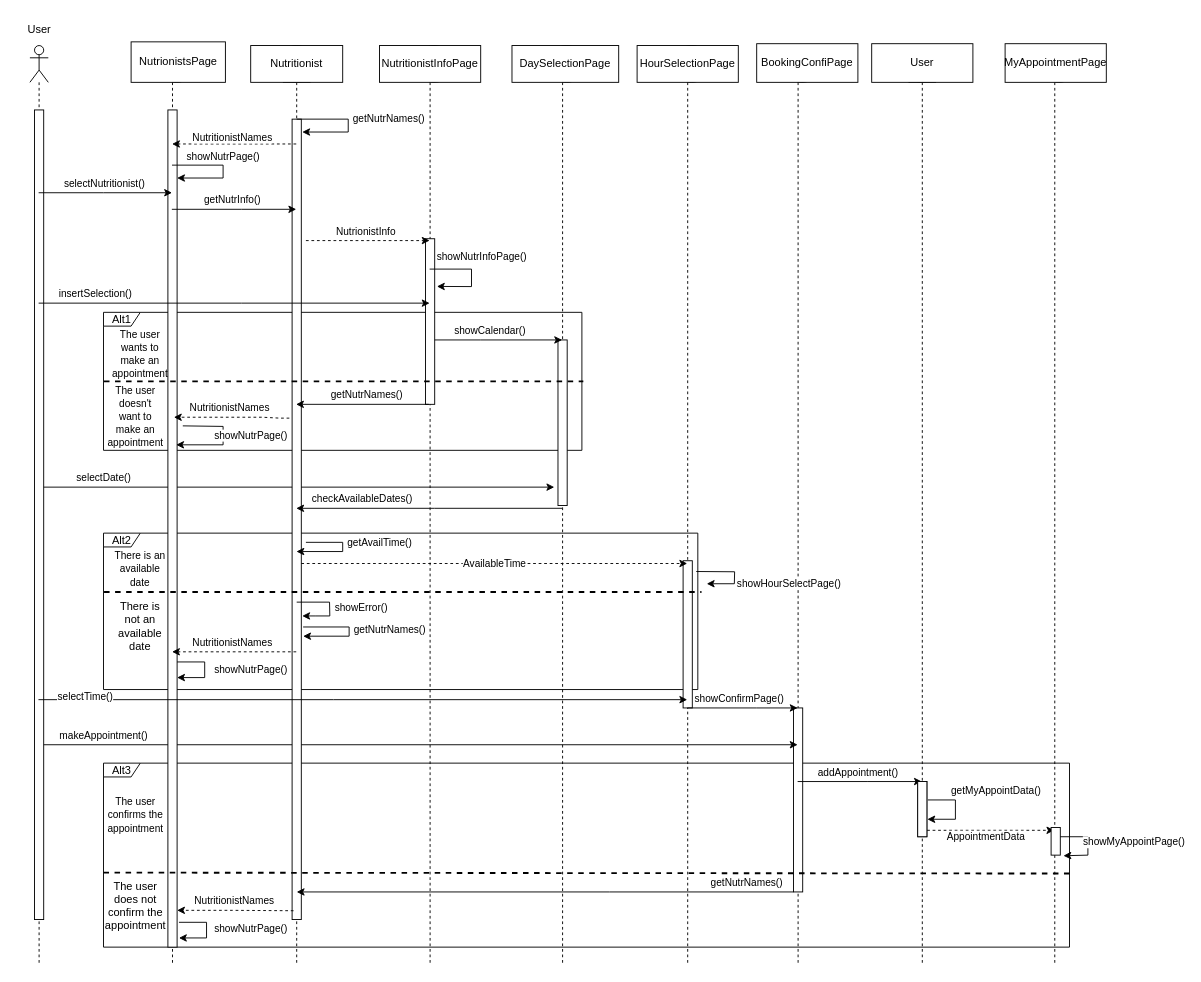
Dionkaps/Eu-Zin keeps this draw.io diagram as ΤΕΛΙΚΟ ΠΑΡΑΔΟΤΕΟ/Sequence-diagrams-v1.0/sd_ραντεβου_με_διατροφολογο.drawio. Above is the earlier version. Source tidied: cells renumbered, new cells numbered last; positions are measured from the earlier drawing's top-left corner, leaving out a move shared by most shapes. Both pictures are drawn from the tidied source at 92%, with x=0, y=0 at pixel (16, 16).
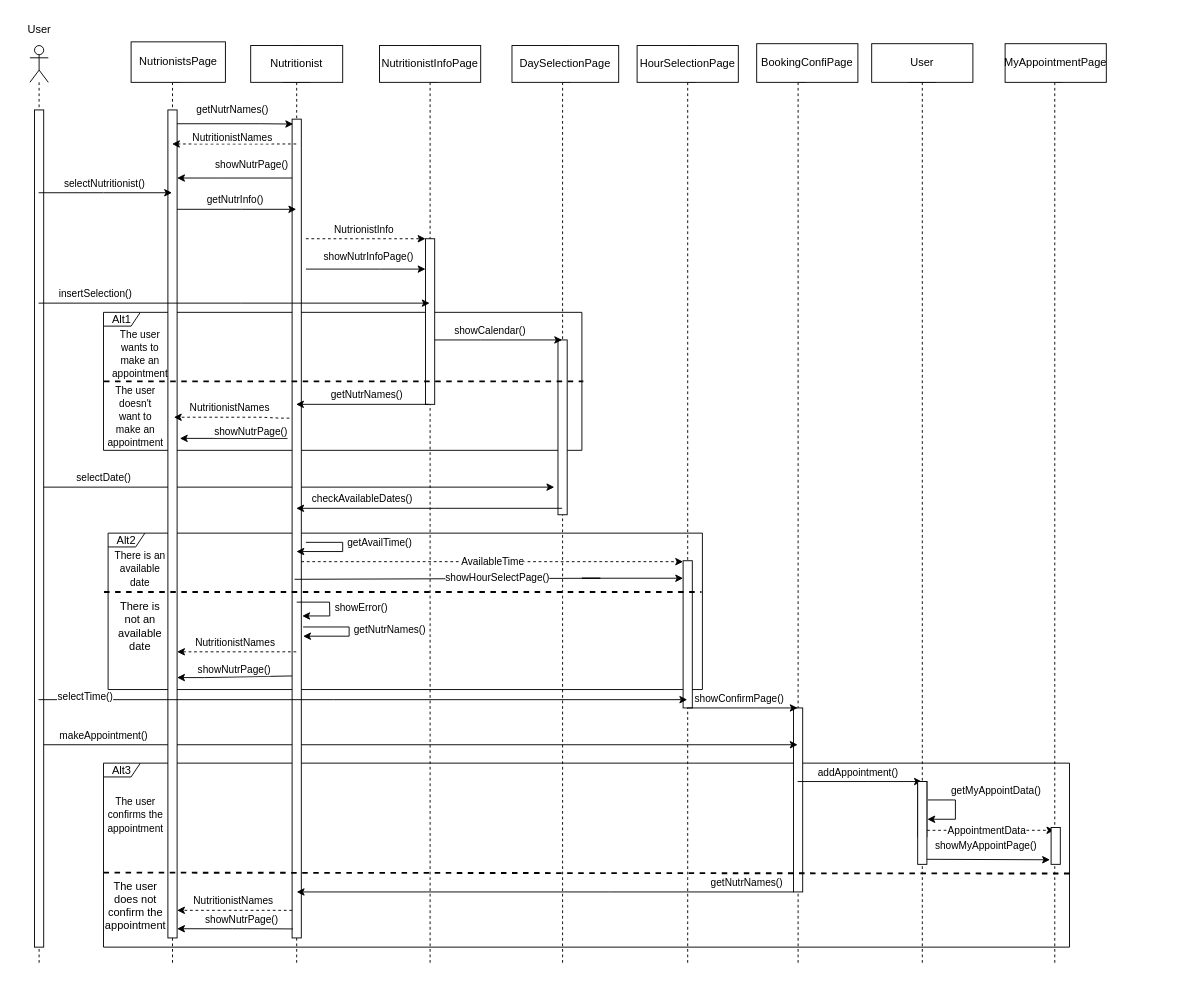
Above is the later version.

The change refers to these unchanged cells:
```xml
<mxCell id="9" style="shape=umlLifeline;participant=umlActor;perimeter=lifelinePerimeter;whiteSpace=wrap;html=1;verticalAlign=top;spacingTop=36;outlineConnect=0;" parent="1" vertex="1">
  <mxGeometry x="15" y="32" width="20" height="1000" as="geometry" />
</mxCell>
<mxCell id="13" style="shape=umlLifeline;participant=umlBoundary;perimeter=lifelinePerimeter;whiteSpace=wrap;html=1;verticalAlign=top;spacingTop=36;outlineConnect=0;" parent="1" vertex="1">
  <mxGeometry x="145" y="32" width="50" height="1000" as="geometry" />
</mxCell>
<mxCell id="18" style="shape=umlLifeline;participant=umlEntity;perimeter=lifelinePerimeter;whiteSpace=wrap;html=1;verticalAlign=top;spacingTop=36;outlineConnect=0;" parent="1" vertex="1">
  <mxGeometry x="285" y="32" width="40" height="1000" as="geometry" />
</mxCell>
<mxCell id="22" style="shape=umlLifeline;participant=umlBoundary;perimeter=lifelinePerimeter;whiteSpace=wrap;html=1;verticalAlign=top;spacingTop=36;outlineConnect=0;" parent="1" vertex="1">
  <mxGeometry x="425" y="32" width="50" height="1000" as="geometry" />
</mxCell>
<mxCell id="23" style="html=1;points=[];perimeter=orthogonalPerimeter;fontSize=11;" parent="22" vertex="1">
  <mxGeometry x="20" y="210" width="10" height="180" as="geometry" />
</mxCell>
<mxCell id="29" style="shape=umlLifeline;participant=umlBoundary;perimeter=lifelinePerimeter;whiteSpace=wrap;html=1;verticalAlign=top;spacingTop=36;outlineConnect=0;" parent="1" vertex="1">
  <mxGeometry x="569" y="32" width="50" height="1000" as="geometry" />
</mxCell>
<mxCell id="31" style="shape=umlLifeline;participant=umlBoundary;perimeter=lifelinePerimeter;whiteSpace=wrap;html=1;verticalAlign=top;spacingTop=36;outlineConnect=0;" parent="1" vertex="1">
  <mxGeometry x="1104" y="32" width="50" height="1000" as="geometry" />
</mxCell>
```

What changed in the source:
```diff
@@
     <mxCell id="7" value="Alt2" style="shape=umlFrame;whiteSpace=wrap;html=1;width=40;height=15;" parent="1" vertex="1">
-      <mxGeometry x="95" y="562" width="646" height="170" as="geometry" />
+      <mxGeometry x="100" y="562" width="646" height="170" as="geometry" />
     </mxCell>
@@
     <mxCell id="12" style="html=1;perimeter=orthogonalPerimeter;fontSize=11;" parent="9" vertex="1">
-      <mxGeometry x="5" y="70" width="10" height="880" as="geometry" />
+      <mxGeometry x="5" y="70" width="10" height="910" as="geometry" />
     </mxCell>
@@
     <mxCell id="14" style="html=1;points=[];perimeter=orthogonalPerimeter;fontSize=11;" parent="13" vertex="1">
-      <mxGeometry x="20" y="70" width="10" height="910" as="geometry" />
+      <mxGeometry x="20" y="70" width="10" height="900" as="geometry" />
     </mxCell>
-    <mxCell id="15" value="showNutrPage()" style="endArrow=classic;html=1;rounded=0;" parent="13" edge="1" source="13">
-      <mxGeometry x="-0.07" y="-10" relative="1" as="geometry">
+    <mxCell id="15" value="showNutrPage()" style="endArrow=classic;html=1;rounded=0;" parent="13" edge="1" source="18">
+      <mxGeometry x="-0.24" y="-14" relative="1" as="geometry">
         <mxPoint x="30" y="144" as="targetPoint" />
         <Array as="points">
-          <mxPoint x="80" y="130" />
           <mxPoint x="80" y="144" />
         </Array>
-        <mxPoint x="10" y="-10" as="offset" />
       </mxGeometry>
     </mxCell>
-    <mxCell id="16" value="showNutrPage()" style="endArrow=classic;html=1;rounded=0;" parent="13" edge="1">
-      <mxGeometry x="-0.01" y="50" relative="1" as="geometry">
-        <mxPoint x="30" y="670" as="sourcePoint" />
+    <mxCell id="16" value="showNutrPage()" style="endArrow=classic;html=1;rounded=0;exitX=0.062;exitY=0.68;exitDx=0;exitDy=0;exitPerimeter=0;" parent="13" edge="1" source="19">
+      <mxGeometry y="-7" relative="1" as="geometry">
         <mxPoint x="30" y="687" as="targetPoint" />
         <Array as="points">
-          <mxPoint x="60" y="670" />
           <mxPoint x="60" y="687" />
         </Array>
       </mxGeometry>
     </mxCell>
-    <mxCell id="17" value="showNutrPage()" style="endArrow=classic;html=1;rounded=0;exitX=1.619;exitY=0.373;exitDx=0;exitDy=0;exitPerimeter=0;" parent="13" edge="1">
-      <mxGeometry x="-0.06" y="30" relative="1" as="geometry">
-        <mxPoint x="36.2" y="413.4" as="sourcePoint" />
-        <mxPoint x="29" y="434" as="targetPoint" />
-        <Array as="points">
-          <mxPoint x="80" y="414" />
-          <mxPoint x="80" y="434" />
-        </Array>
+    <mxCell id="17" value="showNutrPage()" style="endArrow=classic;html=1;rounded=0;" parent="13" edge="1">
+      <mxGeometry x="-0.32" y="-7" relative="1" as="geometry">
+        <mxPoint x="150" y="427" as="sourcePoint" />
+        <mxPoint x="33" y="427" as="targetPoint" />
       </mxGeometry>
     </mxCell>
@@
     <mxCell id="19" style="html=1;points=[];perimeter=orthogonalPerimeter;fontSize=11;" parent="18" vertex="1">
-      <mxGeometry x="15" y="80" width="10" height="870" as="geometry" />
+      <mxGeometry x="15" y="80" width="10" height="890" as="geometry" />
     </mxCell>
@@
-    <mxCell id="24" value="showNutrInfoPage()" style="endArrow=classic;html=1;rounded=0;entryX=1.24;entryY=0.288;entryDx=0;entryDy=0;entryPerimeter=0;" parent="22" edge="1" target="23">
-      <mxGeometry x="-0.12" y="16" relative="1" as="geometry">
-        <mxPoint x="24.5" y="243" as="sourcePoint" />
-        <Array as="points">
-          <mxPoint x="70" y="243" />
-          <mxPoint x="70" y="262" />
-        </Array>
-        <mxPoint x="11" y="3" as="offset" />
-      </mxGeometry>
-    </mxCell>
@@
     <mxCell id="27" value="getNutrInfo()" style="endArrow=classic;html=1;rounded=0;" parent="1" edge="1">
       <mxGeometry x="-0.03" y="10" relative="1" as="geometry">
-        <mxPoint x="169.3" y="210" as="sourcePoint" />
+        <mxPoint x="175" y="210" as="sourcePoint" />
         <mxPoint x="304.5" y="210" as="targetPoint" />
         <Array as="points">
           <mxPoint x="245" y="210" />
         </Array>
       </mxGeometry>
     </mxCell>
@@
     <mxCell id="30" style="html=1;perimeter=orthogonalPerimeter;fontSize=11;" parent="29" vertex="1">
-      <mxGeometry x="20" y="320" width="10" height="180" as="geometry" />
+      <mxGeometry x="20" y="320" width="10" height="190" as="geometry" />
     </mxCell>
@@
     <mxCell id="39" value="NutritionistNames" style="endArrow=classic;html=1;rounded=0;strokeWidth=1;fontSize=11;dashed=1;" parent="1" edge="1">
       <mxGeometry x="0.03" y="-10" relative="1" as="geometry">
         <mxPoint x="304.5" y="691" as="sourcePoint" />
-        <mxPoint x="169.5" y="691" as="targetPoint" />
+        <mxPoint x="175" y="691" as="targetPoint" />
         <Array as="points">
           <mxPoint x="225" y="691" />
         </Array>
       </mxGeometry>
     </mxCell>
@@
     <mxCell id="48" value="AppointmentData" style="endArrow=classic;html=1;rounded=0;strokeWidth=1;fontSize=11;dashed=1;" parent="1" edge="1">
-      <mxGeometry x="-0.02" y="-7" relative="1" as="geometry">
+      <mxGeometry x="-0.02" relative="1" as="geometry">
         <mxPoint x="984.2" y="885" as="sourcePoint" />
         <mxPoint x="1128.5" y="885" as="targetPoint" />
         <Array as="points">
           <mxPoint x="1065" y="885" />
         </Array>
-        <mxPoint x="-1" as="offset" />
       </mxGeometry>
     </mxCell>
@@
     <mxCell id="62" value="NutrionistInfo" style="endArrow=classic;html=1;rounded=0;dashed=1;" parent="1" edge="1">
       <mxGeometry x="-0.03" y="10" relative="1" as="geometry">
-        <mxPoint x="315" y="244" as="sourcePoint" />
-        <mxPoint x="449.5" y="244" as="targetPoint" />
-        <Array as="points">
-          <mxPoint x="315" y="244" />
-        </Array>
+        <mxPoint x="315" y="242" as="sourcePoint" />
+        <mxPoint x="445" y="242" as="targetPoint" />
       </mxGeometry>
     </mxCell>
@@
     <mxCell id="66" value="AvailableTime" style="endArrow=classic;html=1;rounded=0;dashed=1;" parent="1" edge="1">
       <mxGeometry relative="1" as="geometry">
-        <mxPoint x="310" y="595" as="sourcePoint" />
-        <mxPoint x="729.5" y="595" as="targetPoint" />
+        <mxPoint x="310" y="593" as="sourcePoint" />
+        <mxPoint x="725" y="593" as="targetPoint" />
       </mxGeometry>
     </mxCell>
@@
-    <mxCell id="68" value="showMyAppointPage()" style="endArrow=classic;html=1;rounded=0;entryX=1.341;entryY=1.022;entryDx=0;entryDy=0;entryPerimeter=0;" parent="1" edge="1" source="31" target="70">
-      <mxGeometry y="50" relative="1" as="geometry">
-        <Array as="points">
-          <mxPoint x="1165" y="892" />
-          <mxPoint x="1165" y="912" />
-        </Array>
-      </mxGeometry>
+    <mxCell id="68" value="showMyAppointPage()" style="endArrow=classic;html=1;rounded=0;exitX=0.822;exitY=0.939;exitDx=0;exitDy=0;exitPerimeter=0;entryX=-0.122;entryY=0.876;entryDx=0;entryDy=0;entryPerimeter=0;" parent="1" edge="1" source="69" target="70">
+      <mxGeometry x="-0.02" y="15" relative="1" as="geometry" />
     </mxCell>
     <mxCell id="69" style="html=1;points=[];perimeter=orthogonalPerimeter;fontSize=11;" parent="1" vertex="1">
-      <mxGeometry x="980" y="832" width="10" height="60" as="geometry" />
+      <mxGeometry x="980" y="832" width="10" height="90" as="geometry" />
     </mxCell>
     <mxCell id="70" style="html=1;points=[];perimeter=orthogonalPerimeter;fontSize=11;" parent="1" vertex="1">
-      <mxGeometry x="1125" y="882" width="10" height="30" as="geometry" />
+      <mxGeometry x="1125" y="882" width="10" height="40" as="geometry" />
     </mxCell>
-    <mxCell id="71" value="NutritionistNames" style="endArrow=classic;html=1;rounded=0;strokeWidth=1;fontSize=11;dashed=1;exitX=0.157;exitY=0.989;exitDx=0;exitDy=0;exitPerimeter=0;" parent="1" edge="1" source="19" target="14">
+    <mxCell id="71" value="NutritionistNames" style="endArrow=classic;html=1;rounded=0;strokeWidth=1;fontSize=11;dashed=1;" parent="1" edge="1" source="19" target="14">
       <mxGeometry x="0.03" y="-10" relative="1" as="geometry">
         <Array as="points">
           <mxPoint x="235" y="972" />
         </Array>
       </mxGeometry>
     </mxCell>
-    <mxCell id="72" value="showNutrPage()" style="endArrow=classic;html=1;rounded=0;" parent="1" edge="1">
-      <mxGeometry x="-0.04" y="48" relative="1" as="geometry">
-        <mxPoint x="177" y="985" as="sourcePoint" />
-        <mxPoint x="177" y="1002" as="targetPoint" />
+    <mxCell id="72" value="showNutrPage()" style="endArrow=classic;html=1;rounded=0;exitX=0.1;exitY=0.989;exitDx=0;exitDy=0;exitPerimeter=0;" parent="1" edge="1" source="19">
+      <mxGeometry x="-0.11" y="-10" relative="1" as="geometry">
+        <mxPoint x="175" y="992" as="targetPoint" />
         <Array as="points">
-          <mxPoint x="207" y="985" />
-          <mxPoint x="207" y="1002" />
+          <mxPoint x="265" y="992" />
+          <mxPoint x="235" y="992" />
         </Array>
       </mxGeometry>
     </mxCell>
-    <mxCell id="73" value="getNutrNames()" style="endArrow=classic;html=1;rounded=0;" parent="1" edge="1">
-      <mxGeometry x="-0.07" y="44" relative="1" as="geometry">
-        <mxPoint x="305" y="112" as="sourcePoint" />
-        <mxPoint x="311" y="126" as="targetPoint" />
+    <mxCell id="73" value="getNutrNames()" style="endArrow=classic;html=1;rounded=0;entryX=0.118;entryY=0.006;entryDx=0;entryDy=0;entryPerimeter=0;" parent="1" edge="1" target="19">
+      <mxGeometry x="-0.05" y="15" relative="1" as="geometry">
+        <mxPoint x="175" y="117" as="sourcePoint" />
         <Array as="points">
-          <mxPoint x="361" y="112" />
-          <mxPoint x="361" y="126" />
+          <mxPoint x="265" y="117" />
         </Array>
       </mxGeometry>
     </mxCell>
@@
-    <mxCell id="75" value="showHourSelectPage()" style="endArrow=classic;html=1;rounded=0;exitX=1.435;exitY=0.098;exitDx=0;exitDy=0;exitPerimeter=0;" parent="1" edge="1">
-      <mxGeometry x="0.3" y="-60" relative="1" as="geometry">
-        <mxPoint x="739.3" y="603.7" as="sourcePoint" />
-        <mxPoint x="750.7" y="617" as="targetPoint" />
+    <mxCell id="75" value="showHourSelectPage()" style="endArrow=classic;html=1;rounded=0;exitX=0.267;exitY=0.562;exitDx=0;exitDy=0;exitPerimeter=0;" parent="1" edge="1" source="19">
+      <mxGeometry x="-0.05" relative="1" as="geometry">
+        <mxPoint x="725" y="611" as="targetPoint" />
         <Array as="points">
-          <mxPoint x="781" y="604" />
-          <mxPoint x="780.7" y="617" />
+          <mxPoint x="635" y="611" />
+          <mxPoint x="615" y="611" />
         </Array>
-        <mxPoint x="60" y="60" as="offset" />
       </mxGeometry>
     </mxCell>
+    <mxCell id="24" value="showNutrInfoPage()" style="endArrow=classic;html=1;rounded=0;" parent="1" edge="1">
+      <mxGeometry x="-0.12" y="16" relative="1" as="geometry">
+        <mxPoint x="315" y="275" as="sourcePoint" />
+        <mxPoint x="445" y="275" as="targetPoint" />
+        <Array as="points">
+          <mxPoint x="395" y="275" />
+          <mxPoint x="415" y="275" />
+        </Array>
+        <mxPoint x="11" y="3" as="offset" />
+      </mxGeometry>
+    </mxCell>
```
